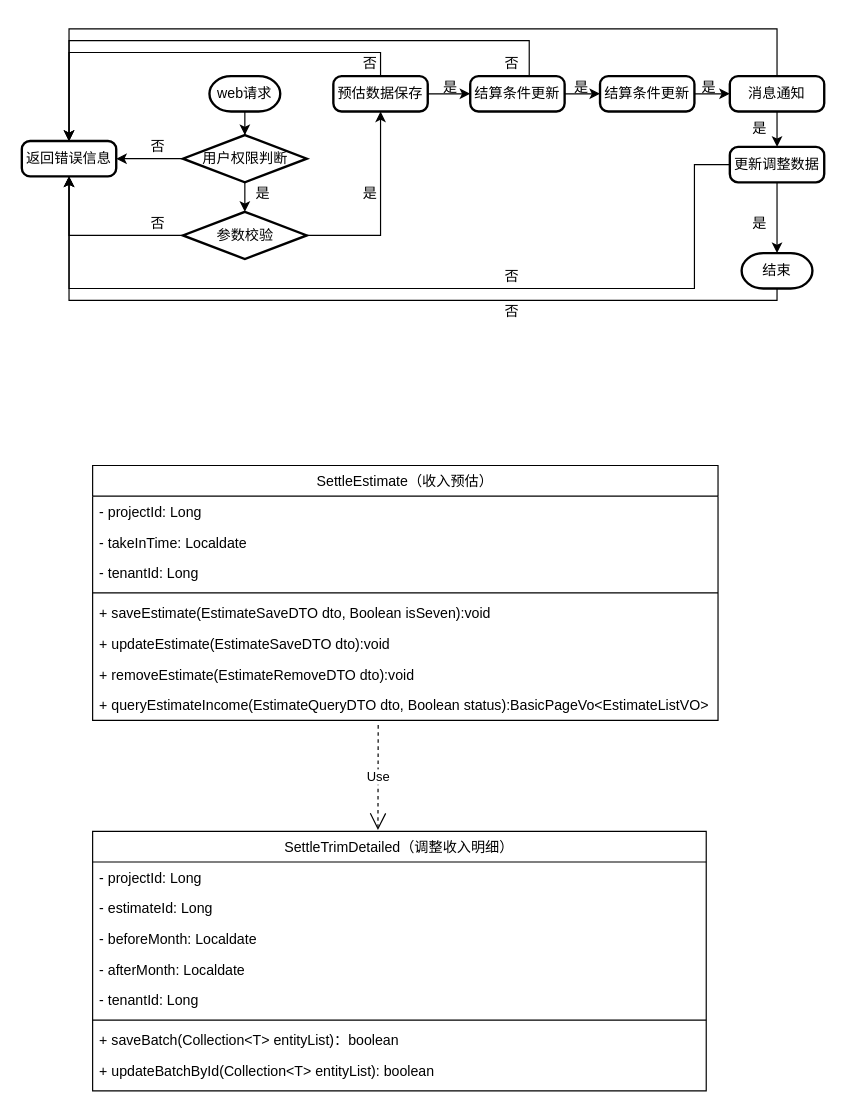
Above: 未命名绘图.drawio in Passion-Logan/drawio (draw.io), before the change. Source tidied: cells renumbered, new cells numbered last; positions are measured from the earlier drawing's top-left corner, leaving out a move shared by most shapes. Both pictures are drawn from the tidied source at 118%, with x=0, y=0 at pixel (21, 28).
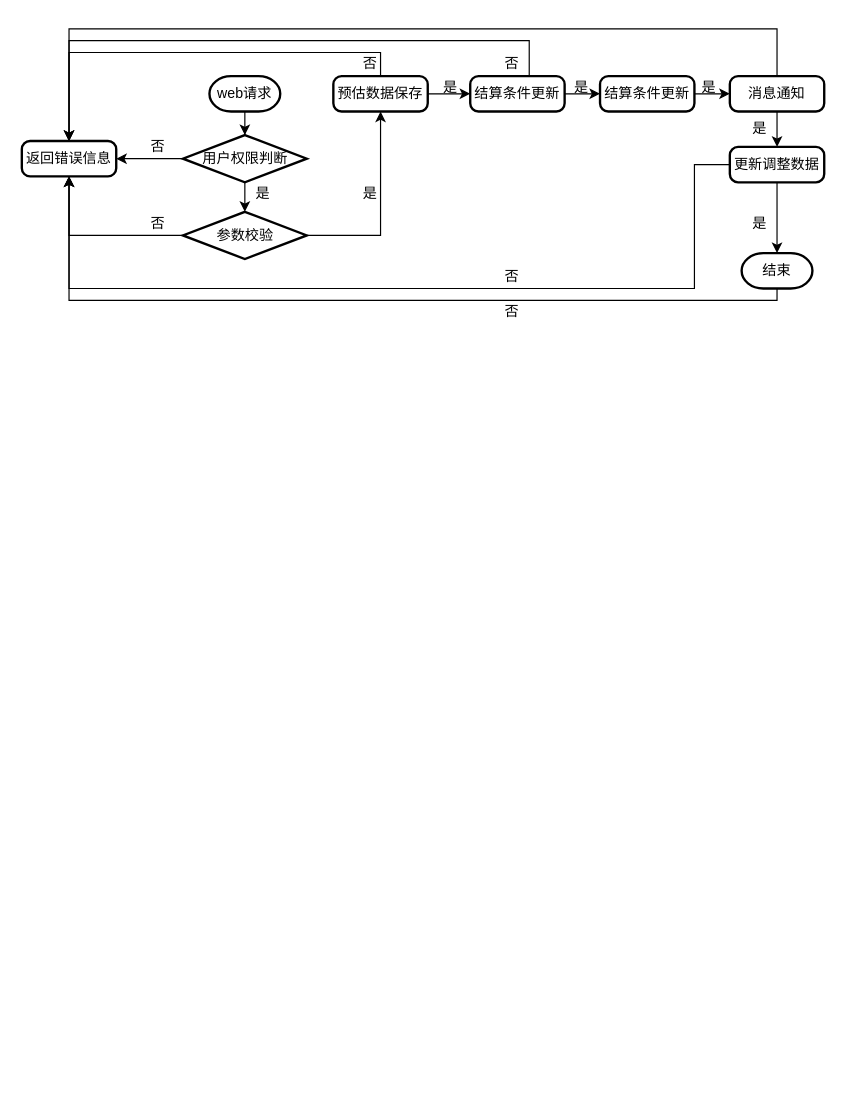
The same diagram, later.

Commit message:
更新未命名绘图.drawio

What changed in the source:
```diff
@@
-    <mxCell id="2" value="SettleEstimate（收入预估）" style="swimlane;fontStyle=0;align=center;verticalAlign=top;horizontal=1;startSize=26;rounded=0;shadow=0;strokeWidth=1;" parent="1" vertex="1">
-      <mxGeometry x="60" y="370" width="530" height="216" as="geometry" />
-    </mxCell>
-    <mxCell id="3" value="- projectId: Long" style="text;align=left;verticalAlign=top;spacingLeft=4;spacingRight=4;overflow=hidden;rounded=0;shadow=0;html=0;" parent="2" vertex="1">
-      <mxGeometry y="26" width="530" height="26" as="geometry" />
-    </mxCell>
-    <mxCell id="4" value="- takeInTime: Localdate" style="text;align=left;verticalAlign=top;spacingLeft=4;spacingRight=4;overflow=hidden;rounded=0;shadow=0;html=0;" parent="2" vertex="1">
-      <mxGeometry y="52" width="530" height="26" as="geometry" />
-    </mxCell>
-    <mxCell id="5" value="- tenantId: Long" style="text;align=left;verticalAlign=top;spacingLeft=4;spacingRight=4;overflow=hidden;rounded=0;shadow=0;html=0;" parent="2" vertex="1">
-      <mxGeometry y="78" width="530" height="26" as="geometry" />
-    </mxCell>
-    <mxCell id="6" style="line;html=1;strokeWidth=1;align=left;verticalAlign=middle;spacingTop=-1;spacingLeft=3;spacingRight=3;labelPosition=right;" parent="2" vertex="1">
-      <mxGeometry y="104" width="530" height="8" as="geometry" />
-    </mxCell>
-    <mxCell id="7" value="+ saveEstimate(EstimateSaveDTO dto, Boolean isSeven):void" style="text;align=left;verticalAlign=top;spacingLeft=4;spacingRight=4;overflow=hidden;" parent="2" vertex="1">
-      <mxGeometry y="112" width="530" height="26" as="geometry" />
-    </mxCell>
-    <mxCell id="8" value="+ updateEstimate(EstimateSaveDTO dto):void" style="text;align=left;verticalAlign=top;spacingLeft=4;spacingRight=4;overflow=hidden;" parent="2" vertex="1">
-      <mxGeometry y="138" width="530" height="26" as="geometry" />
-    </mxCell>
-    <mxCell id="9" value="+ removeEstimate(EstimateRemoveDTO dto):void" style="text;align=left;verticalAlign=top;spacingLeft=4;spacingRight=4;overflow=hidden;" parent="2" vertex="1">
-      <mxGeometry y="164" width="530" height="26" as="geometry" />
-    </mxCell>
-    <mxCell id="10" value="+ queryEstimateIncome(EstimateQueryDTO dto, Boolean status):BasicPageVo&lt;EstimateListVO&gt;" style="text;align=left;verticalAlign=top;spacingLeft=4;spacingRight=4;overflow=hidden;" parent="2" vertex="1">
-      <mxGeometry y="190" width="530" height="26" as="geometry" />
-    </mxCell>
-    <mxCell id="11" value="SettleTrimDetailed（调整收入明细）" style="swimlane;fontStyle=0;align=center;verticalAlign=top;horizontal=1;startSize=26;rounded=0;shadow=0;strokeWidth=1;" parent="1" vertex="1">
-      <mxGeometry x="60" y="680" width="520" height="220" as="geometry" />
-    </mxCell>
-    <mxCell id="12" value="- projectId: Long" style="text;align=left;verticalAlign=top;spacingLeft=4;spacingRight=4;overflow=hidden;rounded=0;shadow=0;html=0;" parent="11" vertex="1">
-      <mxGeometry y="26" width="520" height="26" as="geometry" />
-    </mxCell>
-    <mxCell id="13" value="- estimateId: Long" style="text;align=left;verticalAlign=top;spacingLeft=4;spacingRight=4;overflow=hidden;rounded=0;shadow=0;html=0;" parent="11" vertex="1">
-      <mxGeometry y="52" width="520" height="26" as="geometry" />
-    </mxCell>
-    <mxCell id="14" value="- beforeMonth: Localdate" style="text;align=left;verticalAlign=top;spacingLeft=4;spacingRight=4;overflow=hidden;rounded=0;shadow=0;html=0;" parent="11" vertex="1">
-      <mxGeometry y="78" width="520" height="26" as="geometry" />
-    </mxCell>
-    <mxCell id="15" value="- afterMonth: Localdate" style="text;align=left;verticalAlign=top;spacingLeft=4;spacingRight=4;overflow=hidden;rounded=0;shadow=0;html=0;" parent="11" vertex="1">
-      <mxGeometry y="104" width="520" height="26" as="geometry" />
-    </mxCell>
-    <mxCell id="16" value="- tenantId: Long" style="text;align=left;verticalAlign=top;spacingLeft=4;spacingRight=4;overflow=hidden;rounded=0;shadow=0;html=0;" parent="11" vertex="1">
-      <mxGeometry y="130" width="520" height="26" as="geometry" />
-    </mxCell>
-    <mxCell id="17" style="line;html=1;strokeWidth=1;align=left;verticalAlign=middle;spacingTop=-1;spacingLeft=3;spacingRight=3;labelPosition=right;" parent="11" vertex="1">
-      <mxGeometry y="156" width="520" height="8" as="geometry" />
-    </mxCell>
-    <mxCell id="18" value="+ saveBatch(Collection&lt;T&gt; entityList)：boolean" style="text;align=left;verticalAlign=top;spacingLeft=4;spacingRight=4;overflow=hidden;" parent="11" vertex="1">
-      <mxGeometry y="164" width="520" height="26" as="geometry" />
-    </mxCell>
-    <mxCell id="19" value="+ updateBatchById(Collection&lt;T&gt; entityList): boolean " style="text;align=left;verticalAlign=top;spacingLeft=4;spacingRight=4;overflow=hidden;" parent="11" vertex="1">
-      <mxGeometry y="190" width="520" height="26" as="geometry" />
-    </mxCell>
-    <mxCell id="20" value="Use" style="endArrow=open;endSize=12;dashed=1;html=1;rounded=0;entryX=0.465;entryY=-0.005;entryDx=0;entryDy=0;entryPerimeter=0;" parent="1" edge="1" target="11">
-      <mxGeometry relative="1" as="geometry">
-        <mxPoint x="302" y="590" as="sourcePoint" />
-      </mxGeometry>
-    </mxCell>
```
